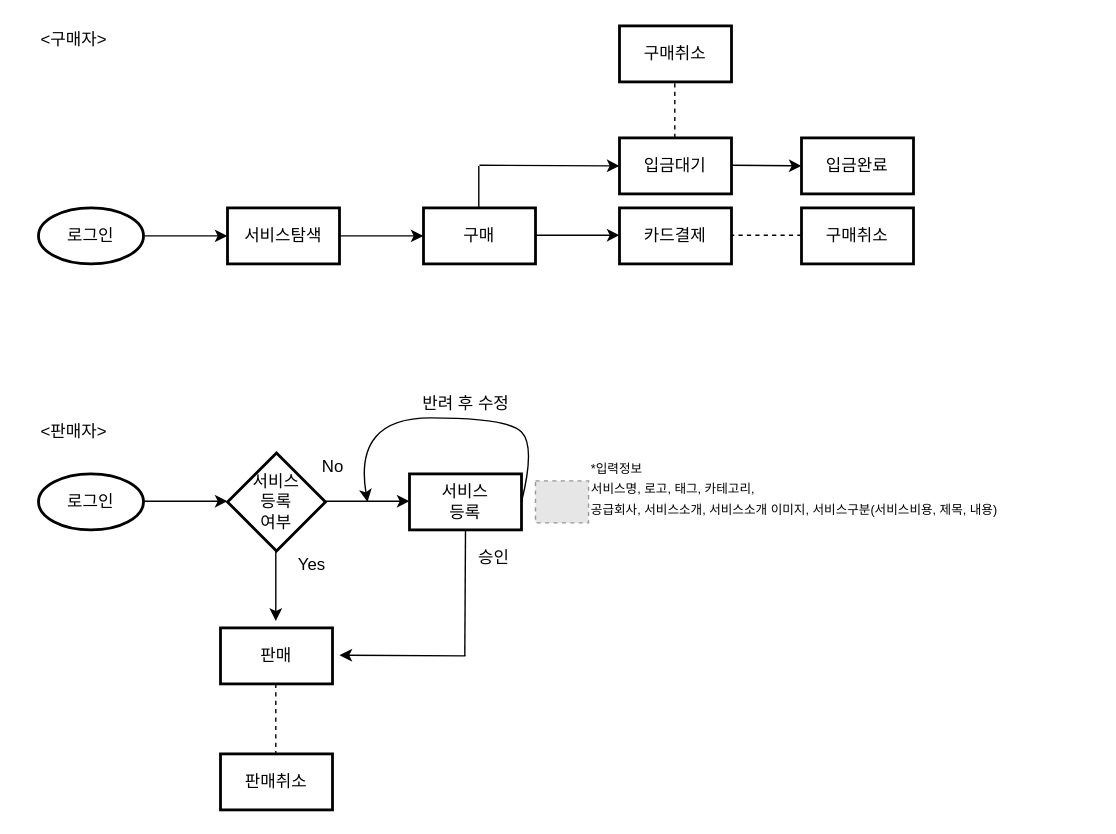
Lucidhomme/TIL keeps this draw.io diagram as 비즈니스나우 컨설팅_수정.drawio. Above is the earlier version. Source tidied: cells renumbered, new cells numbered last; positions are measured from the earlier drawing's top-left corner, leaving out a move shared by most shapes. Both pictures are drawn from the tidied source at 140%, with x=0, y=0 at pixel (24, 25). Pictures stored in the file or linked from it are replaced by grey dashed boxes.
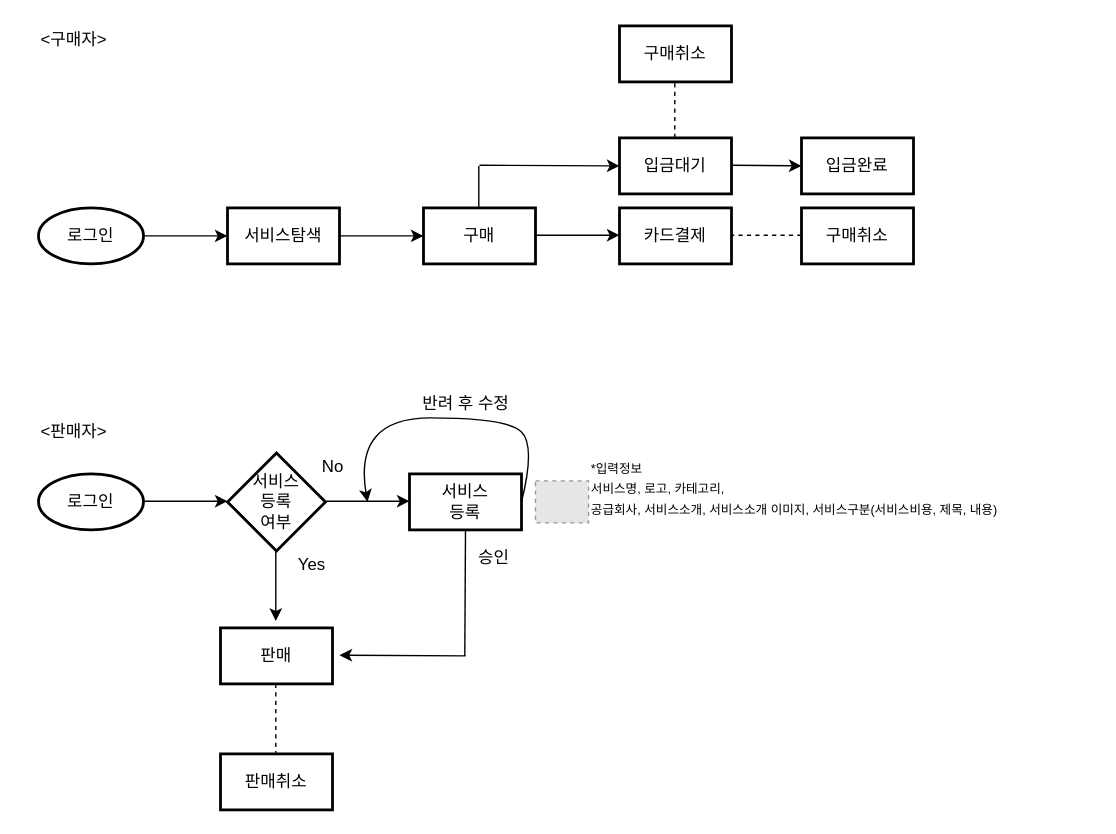
Above is the later version.

Commit message:
Update 비즈니스나우 컨설팅_수정.drawio

Change to the diagram source:
```diff
@@
-    <mxCell id="25" value="&lt;font style=&quot;font-size: 9px&quot;&gt;*입력정보&lt;br&gt;&lt;span style=&quot;font-family: &amp;#34;맑은 고딕&amp;#34;&quot;&gt;서비스명&lt;/span&gt;&lt;span style=&quot;font-family: &amp;#34;맑은 고딕&amp;#34;&quot;&gt;, &lt;/span&gt;&lt;span style=&quot;font-family: &amp;#34;맑은 고딕&amp;#34;&quot;&gt;로고&lt;/span&gt;&lt;span style=&quot;font-family: &amp;#34;맑은 고딕&amp;#34;&quot;&gt;, &lt;/span&gt;&lt;span style=&quot;font-family: &amp;#34;맑은 고딕&amp;#34;&quot;&gt;태그&lt;/span&gt;&lt;span style=&quot;font-family: &amp;#34;맑은 고딕&amp;#34;&quot;&gt;, &lt;/span&gt;&lt;span style=&quot;font-family: &amp;#34;맑은 고딕&amp;#34;&quot;&gt;카테고리,&lt;/span&gt;&lt;span style=&quot;font-family: &amp;#34;맑은 고딕&amp;#34;&quot;&gt;&lt;br&gt;&lt;/span&gt;&lt;span style=&quot;font-family: &amp;#34;맑은 고딕&amp;#34;&quot;&gt;공급회사&lt;/span&gt;&lt;span style=&quot;font-family: &amp;#34;맑은 고딕&amp;#34;&quot;&gt;, &lt;/span&gt;&lt;span style=&quot;font-family: &amp;#34;맑은 고딕&amp;#34;&quot;&gt;서비스소개&lt;/span&gt;&lt;span style=&quot;font-family: &amp;#34;맑은 고딕&amp;#34;&quot;&gt;, &lt;/span&gt;&lt;span style=&quot;font-family: &amp;#34;맑은 고딕&amp;#34;&quot;&gt;서비스소개 이미지&lt;/span&gt;&lt;span style=&quot;font-family: &amp;#34;맑은 고딕&amp;#34;&quot;&gt;, &lt;/span&gt;&lt;span style=&quot;font-family: &amp;#34;맑은 고딕&amp;#34;&quot;&gt;서비스구분(서비스비용, 제목, 내용)&lt;/span&gt;&lt;/font&gt;" style="text;html=1;align=left;verticalAlign=middle;fillColor=none;strokeColor=none;rounded=0;" parent="1" vertex="1">
+    <mxCell id="25" value="&lt;font style=&quot;font-size: 9px&quot;&gt;*입력정보&lt;br&gt;&lt;span style=&quot;font-family: &amp;#34;맑은 고딕&amp;#34;&quot;&gt;서비스명&lt;/span&gt;&lt;span style=&quot;font-family: &amp;#34;맑은 고딕&amp;#34;&quot;&gt;, &lt;/span&gt;&lt;span style=&quot;font-family: &amp;#34;맑은 고딕&amp;#34;&quot;&gt;로고&lt;/span&gt;&lt;span style=&quot;font-family: &amp;#34;맑은 고딕&amp;#34;&quot;&gt;, &lt;/span&gt;&lt;span style=&quot;font-family: &amp;#34;맑은 고딕&amp;#34;&quot;&gt;카테고리,&lt;/span&gt;&lt;span style=&quot;font-family: &amp;#34;맑은 고딕&amp;#34;&quot;&gt;&lt;br&gt;&lt;/span&gt;&lt;span style=&quot;font-family: &amp;#34;맑은 고딕&amp;#34;&quot;&gt;공급회사&lt;/span&gt;&lt;span style=&quot;font-family: &amp;#34;맑은 고딕&amp;#34;&quot;&gt;, &lt;/span&gt;&lt;span style=&quot;font-family: &amp;#34;맑은 고딕&amp;#34;&quot;&gt;서비스소개&lt;/span&gt;&lt;span style=&quot;font-family: &amp;#34;맑은 고딕&amp;#34;&quot;&gt;, &lt;/span&gt;&lt;span style=&quot;font-family: &amp;#34;맑은 고딕&amp;#34;&quot;&gt;서비스소개 이미지&lt;/span&gt;&lt;span style=&quot;font-family: &amp;#34;맑은 고딕&amp;#34;&quot;&gt;, &lt;/span&gt;&lt;span style=&quot;font-family: &amp;#34;맑은 고딕&amp;#34;&quot;&gt;서비스구분(서비스비용, 제목, 내용)&lt;/span&gt;&lt;/font&gt;" style="text;html=1;align=left;verticalAlign=middle;fillColor=none;strokeColor=none;rounded=0;" parent="1" vertex="1">
       <mxGeometry x="402.9" y="305" width="360" height="50" as="geometry" />
     </mxCell>
```
